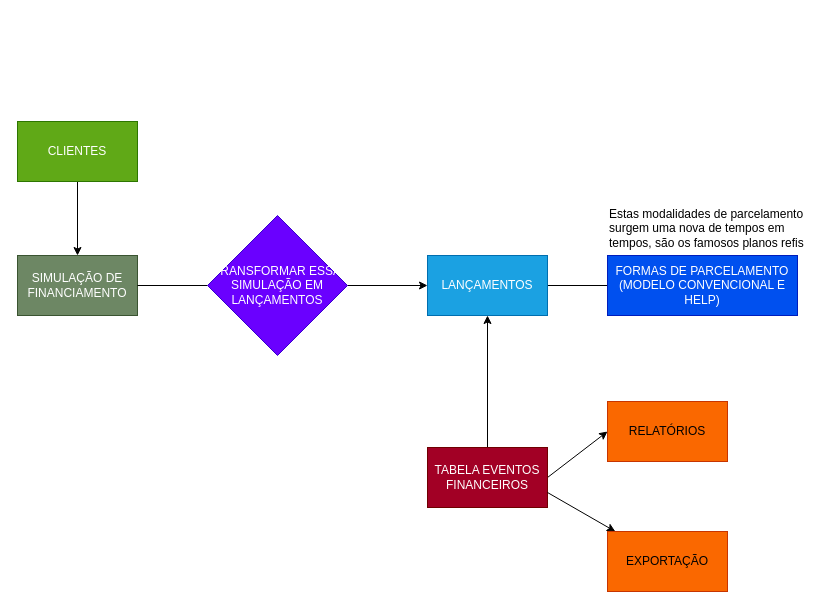
Above: page "GERAL" (2 of 3) of docs/draws/SeuContabil.drawio in sigespweb22/seucontabil-api (draw.io), before the change. Source tidied: cells renumbered, new cells numbered last; positions are measured from the earlier drawing's top-left corner, leaving out a move shared by most shapes. Both pictures are drawn from the tidied source at 100%, with x=0, y=0 at pixel (17, 121).
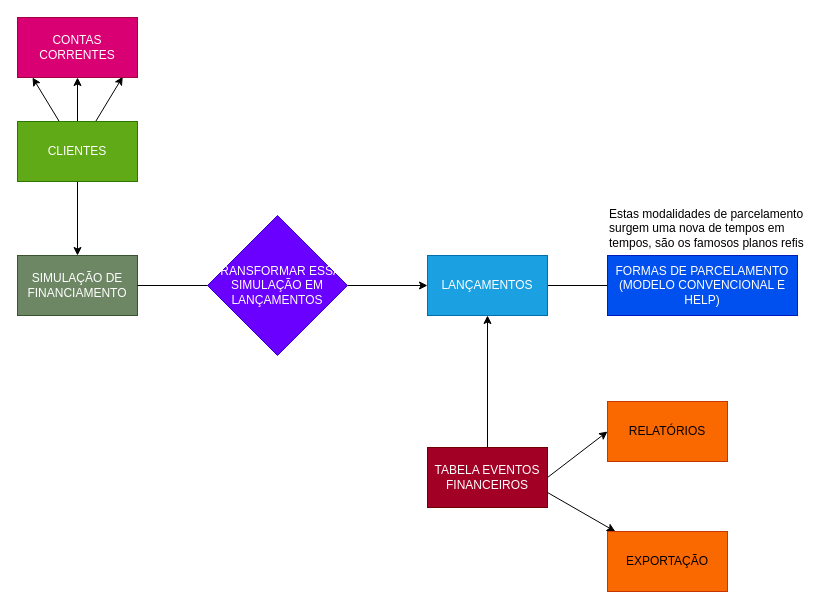
Above is the later version.

Unchanged cells that the change refers to:
```xml
<mxCell id="3" value="CLIENTES" style="rounded=0;whiteSpace=wrap;html=1;fillColor=#60a917;fontColor=#ffffff;strokeColor=#2D7600;" parent="1" vertex="1">
  <mxGeometry width="120" height="60" as="geometry" />
</mxCell>
```

What changed in the source:
```diff
@@
+    <mxCell id="18" style="edgeStyle=none;html=1;" parent="1" edge="1" source="3" target="21">
+      <mxGeometry relative="1" as="geometry" />
+    </mxCell>
+    <mxCell id="19" style="edgeStyle=none;html=1;entryX=0.125;entryY=1;entryDx=0;entryDy=0;entryPerimeter=0;" parent="1" edge="1" source="3" target="21">
+      <mxGeometry relative="1" as="geometry" />
+    </mxCell>
+    <mxCell id="20" style="edgeStyle=none;html=1;entryX=0.877;entryY=0.987;entryDx=0;entryDy=0;entryPerimeter=0;" parent="1" edge="1" source="3" target="21">
+      <mxGeometry relative="1" as="geometry" />
+    </mxCell>
@@
+    <mxCell id="21" value="CONTAS CORRENTES" style="rounded=0;whiteSpace=wrap;html=1;fillColor=#d80073;fontColor=#ffffff;strokeColor=#A50040;" parent="1" vertex="1">
+      <mxGeometry y="-104" width="120" height="60" as="geometry" />
+    </mxCell>
```
